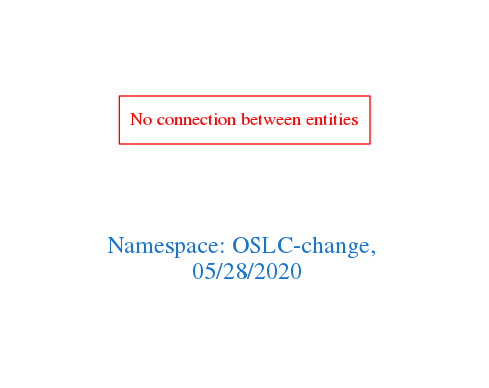
Before: downloads/OSLC-change.png, a diagram exported from Graphviz (arago/OGIT). Its source is kept beside it as downloads/OSLC-change.dot.
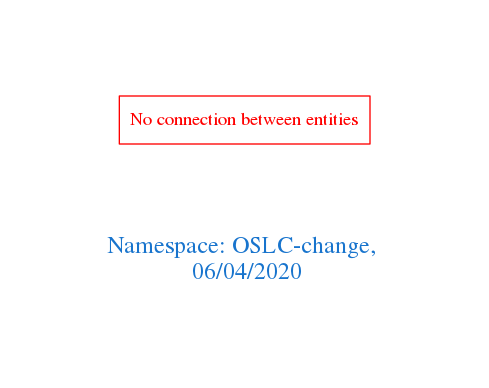
After the change.

What changed in the source:
```diff
@@ -1,7 +1,7 @@
 digraph OGIT_ontology {
  graph [ rankdir= LR,pad=1
 fontsize = 18,
-fontcolor= dodgerblue3,label = "\n\n\nNamespace: OSLC-change, \n 05/28/2020"];
+fontcolor= dodgerblue3,label = "\n\n\nNamespace: OSLC-change, \n 06/04/2020"];
 node[shape=polygon];
 edge [  color="gray81"];
 
```
